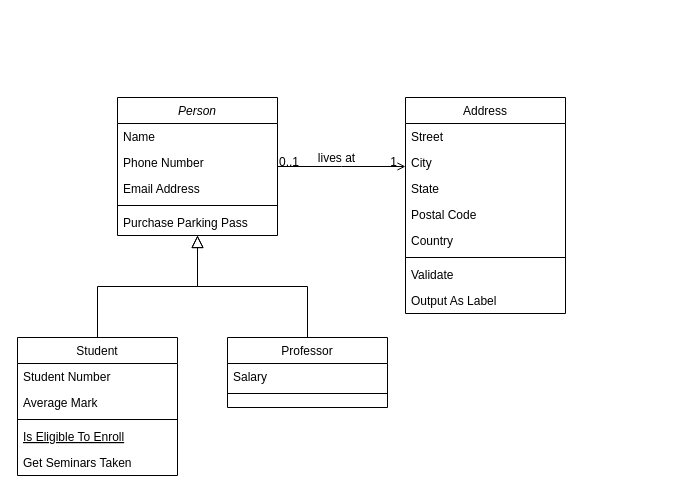
ShadAh-17/JPMorgan-Chase-Co.-virtual-internship keeps this draw.io diagram as Untitled Diagram.drawio. Above is the earlier version. Source tidied: cells renumbered, new cells numbered last; positions are measured from the earlier drawing's top-left corner, leaving out a move shared by most shapes. Both pictures are drawn from the tidied source at 100%, with x=0, y=0 at pixel (17, 97).
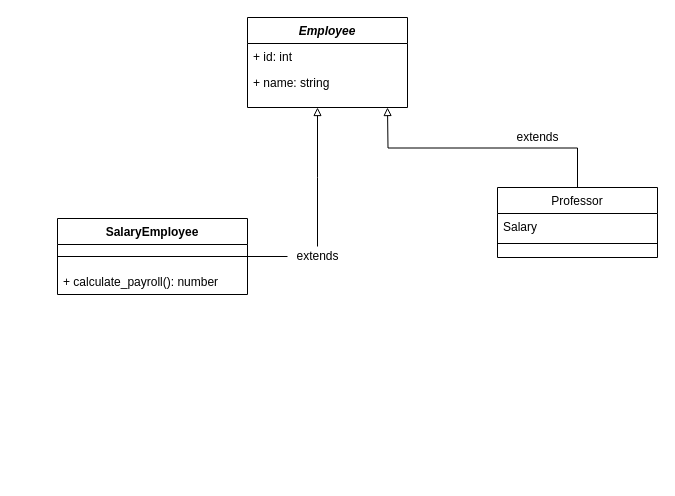
The same page after the edit.

The edit, as a diff of the source:
```diff
@@
-    <mxCell id="2" value="Person" style="swimlane;fontStyle=2;align=center;verticalAlign=top;horizontal=1;startSize=26;rounded=0;shadow=0;strokeWidth=1;" parent="1" vertex="1">
-      <mxGeometry x="100" width="160" height="138" as="geometry" />
+    <mxCell id="2" value="Employee" style="swimlane;fontStyle=3;align=center;verticalAlign=top;horizontal=1;startSize=26;rounded=0;shadow=0;strokeWidth=1;" parent="1" vertex="1">
+      <mxGeometry x="230" y="-80" width="160" height="90" as="geometry" />
     </mxCell>
-    <mxCell id="3" value="Name" style="text;align=left;verticalAlign=top;spacingLeft=4;spacingRight=4;overflow=hidden;" parent="2" vertex="1">
+    <mxCell id="3" value="+ id: int" style="text;align=left;verticalAlign=top;spacingLeft=4;spacingRight=4;overflow=hidden;" parent="2" vertex="1">
       <mxGeometry y="26" width="160" height="26" as="geometry" />
     </mxCell>
-    <mxCell id="4" value="Phone Number" style="text;align=left;verticalAlign=top;spacingLeft=4;spacingRight=4;overflow=hidden;rounded=0;shadow=0;html=0;" parent="2" vertex="1">
+    <mxCell id="4" value="+ name: string" style="text;align=left;verticalAlign=top;spacingLeft=4;spacingRight=4;overflow=hidden;rounded=0;shadow=0;html=0;" parent="2" vertex="1">
       <mxGeometry y="52" width="160" height="26" as="geometry" />
     </mxCell>
-    <mxCell id="5" value="Email Address" style="text;align=left;verticalAlign=top;spacingLeft=4;spacingRight=4;overflow=hidden;rounded=0;shadow=0;html=0;" parent="2" vertex="1">
-      <mxGeometry y="78" width="160" height="26" as="geometry" />
-    </mxCell>
-    <mxCell id="6" style="line;html=1;strokeWidth=1;align=left;verticalAlign=middle;spacingTop=-1;spacingLeft=3;spacingRight=3;labelPosition=right;" parent="2" vertex="1">
-      <mxGeometry y="104" width="160" height="8" as="geometry" />
-    </mxCell>
-    <mxCell id="7" value="Purchase Parking Pass" style="text;align=left;verticalAlign=top;spacingLeft=4;spacingRight=4;overflow=hidden;" parent="2" vertex="1">
-      <mxGeometry y="112" width="160" height="26" as="geometry" />
-    </mxCell>
+    <mxCell id="32" style="edgeStyle=orthogonalEdgeStyle;rounded=0;jettySize=auto;html=1;endArrow=block;endFill=0;strokeWidth=1;startArrow=none;" parent="1" edge="1" source="34">
+      <mxGeometry relative="1" as="geometry">
+        <mxPoint x="300" y="10" as="targetPoint" />
+      </mxGeometry>
+    </mxCell>
-    <mxCell id="8" value="Student" style="swimlane;fontStyle=0;align=center;verticalAlign=top;horizontal=1;startSize=26;rounded=0;shadow=0;strokeWidth=1;" parent="1" vertex="1">
-      <mxGeometry y="240" width="160" height="138" as="geometry" />
+    <mxCell id="8" value="SalaryEmployee" style="swimlane;fontStyle=1;align=center;verticalAlign=top;horizontal=1;startSize=26;rounded=0;shadow=0;strokeWidth=1;" parent="1" vertex="1">
+      <mxGeometry x="40" y="121" width="190" height="76" as="geometry" />
     </mxCell>
-    <mxCell id="9" value="Student Number" style="text;align=left;verticalAlign=top;spacingLeft=4;spacingRight=4;overflow=hidden;" parent="8" vertex="1">
-      <mxGeometry y="26" width="160" height="26" as="geometry" />
-    </mxCell>
-    <mxCell id="10" value="Average Mark" style="text;align=left;verticalAlign=top;spacingLeft=4;spacingRight=4;overflow=hidden;rounded=0;shadow=0;html=0;" parent="8" vertex="1">
-      <mxGeometry y="52" width="160" height="26" as="geometry" />
-    </mxCell>
     <mxCell id="11" style="line;html=1;strokeWidth=1;align=left;verticalAlign=middle;spacingTop=-1;spacingLeft=3;spacingRight=3;labelPosition=right;" parent="8" vertex="1">
-      <mxGeometry y="78" width="160" height="8" as="geometry" />
+      <mxGeometry y="26" width="190" height="24" as="geometry" />
     </mxCell>
-    <mxCell id="12" value="Is Eligible To Enroll" style="text;align=left;verticalAlign=top;spacingLeft=4;spacingRight=4;overflow=hidden;fontStyle=4;" parent="8" vertex="1">
-      <mxGeometry y="86" width="160" height="26" as="geometry" />
+    <mxCell id="12" value="+ calculate_payroll(): number" style="text;align=left;verticalAlign=top;spacingLeft=4;spacingRight=4;overflow=hidden;fontStyle=0;" parent="8" vertex="1">
+      <mxGeometry y="50" width="190" height="20" as="geometry" />
     </mxCell>
-    <mxCell id="13" value="Get Seminars Taken" style="text;align=left;verticalAlign=top;spacingLeft=4;spacingRight=4;overflow=hidden;" parent="8" vertex="1">
-      <mxGeometry y="112" width="160" height="26" as="geometry" />
-    </mxCell>
-    <mxCell id="14" style="endArrow=block;endSize=10;endFill=0;shadow=0;strokeWidth=1;rounded=0;edgeStyle=elbowEdgeStyle;elbow=vertical;" parent="1" edge="1" source="8" target="2">
-      <mxGeometry relative="1" as="geometry" />
-    </mxCell>
+    <mxCell id="33" style="edgeStyle=orthogonalEdgeStyle;rounded=0;jettySize=auto;html=1;exitX=0.5;exitY=0;exitDx=0;exitDy=0;endArrow=block;endFill=0;strokeWidth=1;" parent="1" edge="1" source="15">
+      <mxGeometry relative="1" as="geometry">
+        <mxPoint x="370" y="10" as="targetPoint" />
+      </mxGeometry>
+    </mxCell>
     <mxCell id="15" value="Professor" style="swimlane;fontStyle=0;align=center;verticalAlign=top;horizontal=1;startSize=26;rounded=0;shadow=0;strokeWidth=1;" parent="1" vertex="1">
-      <mxGeometry x="210" y="240" width="160" height="70" as="geometry" />
+      <mxGeometry x="480" y="90" width="160" height="70" as="geometry" />
     </mxCell>
@@
-    <mxCell id="18" style="endArrow=block;endSize=10;endFill=0;shadow=0;strokeWidth=1;rounded=0;edgeStyle=elbowEdgeStyle;elbow=vertical;" parent="1" edge="1" source="15" target="2">
-      <mxGeometry relative="1" as="geometry" />
-    </mxCell>
-    <mxCell id="19" value="Address" style="swimlane;fontStyle=0;align=center;verticalAlign=top;horizontal=1;startSize=26;rounded=0;shadow=0;strokeWidth=1;" parent="1" vertex="1">
-      <mxGeometry x="388" width="160" height="216" as="geometry" />
-    </mxCell>
-    <mxCell id="20" value="Street" style="text;align=left;verticalAlign=top;spacingLeft=4;spacingRight=4;overflow=hidden;" parent="19" vertex="1">
-      <mxGeometry y="26" width="160" height="26" as="geometry" />
-    </mxCell>
-    <mxCell id="21" value="City" style="text;align=left;verticalAlign=top;spacingLeft=4;spacingRight=4;overflow=hidden;rounded=0;shadow=0;html=0;" parent="19" vertex="1">
-      <mxGeometry y="52" width="160" height="26" as="geometry" />
-    </mxCell>
-    <mxCell id="22" value="State" style="text;align=left;verticalAlign=top;spacingLeft=4;spacingRight=4;overflow=hidden;rounded=0;shadow=0;html=0;" parent="19" vertex="1">
-      <mxGeometry y="78" width="160" height="26" as="geometry" />
-    </mxCell>
-    <mxCell id="23" value="Postal Code" style="text;align=left;verticalAlign=top;spacingLeft=4;spacingRight=4;overflow=hidden;rounded=0;shadow=0;html=0;" parent="19" vertex="1">
-      <mxGeometry y="104" width="160" height="26" as="geometry" />
-    </mxCell>
-    <mxCell id="24" value="Country" style="text;align=left;verticalAlign=top;spacingLeft=4;spacingRight=4;overflow=hidden;rounded=0;shadow=0;html=0;" parent="19" vertex="1">
-      <mxGeometry y="130" width="160" height="26" as="geometry" />
-    </mxCell>
-    <mxCell id="25" style="line;html=1;strokeWidth=1;align=left;verticalAlign=middle;spacingTop=-1;spacingLeft=3;spacingRight=3;labelPosition=right;" parent="19" vertex="1">
-      <mxGeometry y="156" width="160" height="8" as="geometry" />
-    </mxCell>
-    <mxCell id="26" value="Validate" style="text;align=left;verticalAlign=top;spacingLeft=4;spacingRight=4;overflow=hidden;" parent="19" vertex="1">
-      <mxGeometry y="164" width="160" height="26" as="geometry" />
-    </mxCell>
-    <mxCell id="27" value="Output As Label" style="text;align=left;verticalAlign=top;spacingLeft=4;spacingRight=4;overflow=hidden;" parent="19" vertex="1">
-      <mxGeometry y="190" width="160" height="26" as="geometry" />
-    </mxCell>
-    <mxCell id="28" style="endArrow=open;shadow=0;strokeWidth=1;rounded=0;endFill=1;edgeStyle=elbowEdgeStyle;elbow=vertical;" parent="1" edge="1" source="2" target="19">
-      <mxGeometry x="0.5" y="41" relative="1" as="geometry">
-        <mxPoint x="-40" y="32" as="offset" />
-      </mxGeometry>
-    </mxCell>
-    <mxCell id="29" value="0..1" style="align=left;verticalAlign=bottom;labelBackgroundColor=none;fontSize=12;" parent="28" vertex="1">
-      <mxGeometry x="-1" relative="1" as="geometry">
-        <mxPoint y="4" as="offset" />
-      </mxGeometry>
-    </mxCell>
-    <mxCell id="30" value="1" style="align=right;verticalAlign=bottom;labelBackgroundColor=none;fontSize=12;" parent="28" vertex="1">
-      <mxGeometry x="1" relative="1" as="geometry">
-        <mxPoint x="-7" y="4" as="offset" />
-      </mxGeometry>
-    </mxCell>
-    <mxCell id="31" value="lives at" style="text;html=1;align=center;verticalAlign=middle;labelBackgroundColor=none;rounded=0;shadow=0;strokeWidth=1;fontSize=12;" parent="28" vertex="1">
-      <mxGeometry x="0.5" y="49" relative="1" as="geometry">
-        <mxPoint x="-38" y="40" as="offset" />
-      </mxGeometry>
-    </mxCell>
+    <mxCell id="34" value="extends" style="text;html=1;align=center;verticalAlign=middle;points=[];strokeColor=none;fillColor=none;" parent="1" vertex="1">
+      <mxGeometry x="270" y="149" width="60" height="20" as="geometry" />
+    </mxCell>
+    <mxCell id="35" style="edgeStyle=orthogonalEdgeStyle;rounded=0;jettySize=auto;html=1;endArrow=none;endFill=0;strokeWidth=1;" parent="1" edge="1" source="8" target="34">
+      <mxGeometry relative="1" as="geometry" />
+    </mxCell>
+    <mxCell id="36" value="extends" style="text;html=1;align=center;verticalAlign=middle;strokeColor=none;fillColor=none;" parent="1" vertex="1">
+      <mxGeometry x="490" y="30" width="60" height="20" as="geometry" />
+    </mxCell>
```
